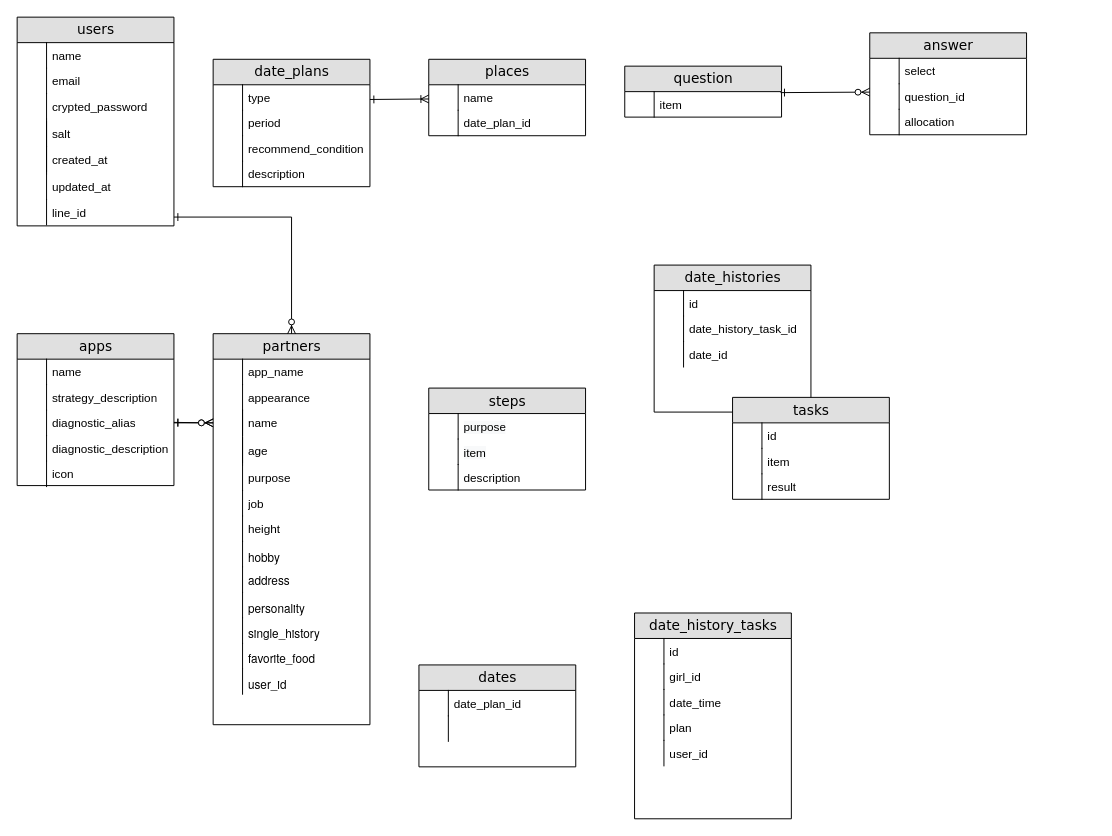
Earlier version of the draw.io diagram Untitled Diagram.drawio (kstar0102/ryuki0102). Source tidied: cells renumbered, new cells numbered last; positions are measured from the earlier drawing's top-left corner, leaving out a move shared by most shapes. Both pictures are drawn from the tidied source at 98%, with x=0, y=0 at pixel (17, 17).
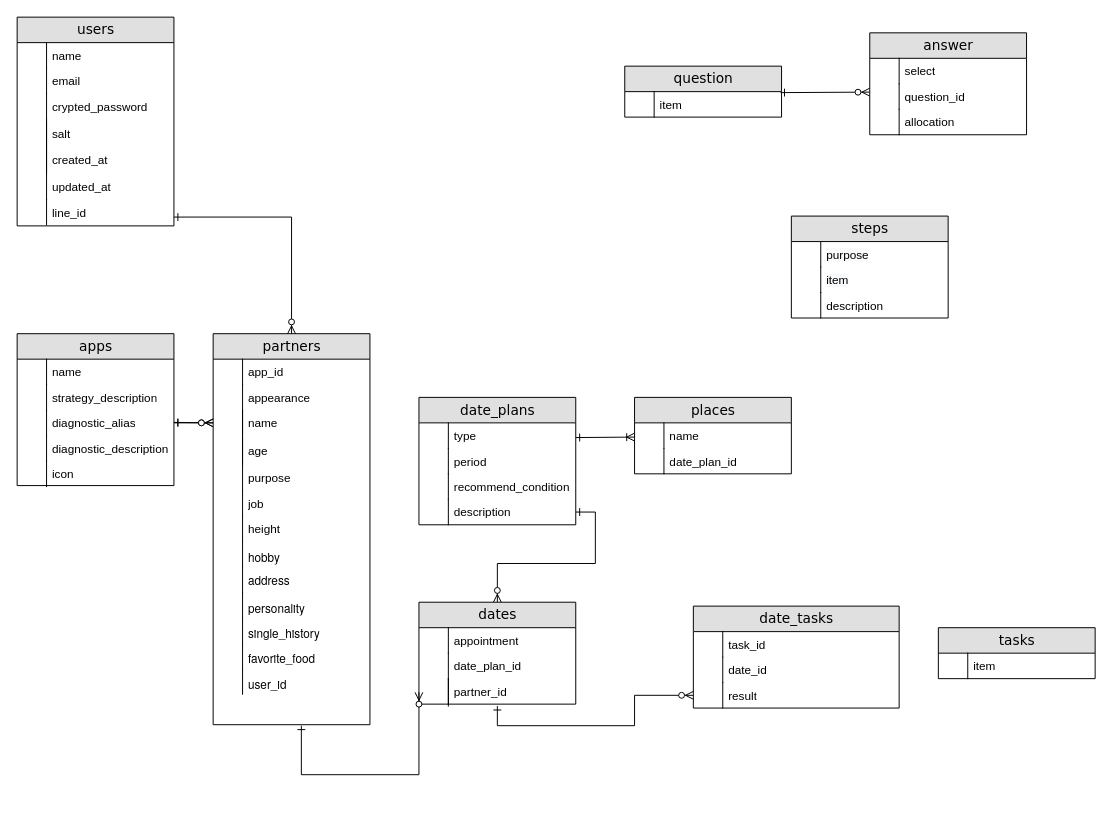
The same diagram, later.

Unchanged cells that the change refers to:
```xml
<mxCell id="19" value="partners" style="swimlane;html=1;fontStyle=0;horizontal=1;startSize=26;fillColor=#e0e0e0;swimlaneFillColor=#ffffff;align=center;rounded=0;shadow=0;comic=0;labelBackgroundColor=none;strokeWidth=1;fontFamily=Verdana;fontSize=14;" parent="1" vertex="1">
  <mxGeometry x="200" y="323" width="160" height="399" as="geometry" />
</mxCell>
```

Change to the diagram source:
```diff
@@
-    <mxCell id="20" value="app_name" style="shape=partialRectangle;top=0;left=0;right=0;bottom=0;html=1;align=left;verticalAlign=top;fillColor=none;spacingLeft=34;spacingRight=4;whiteSpace=wrap;overflow=hidden;" parent="19" vertex="1">
+    <mxCell id="20" value="app_id" style="shape=partialRectangle;top=0;left=0;right=0;bottom=0;html=1;align=left;verticalAlign=top;fillColor=none;spacingLeft=34;spacingRight=4;whiteSpace=wrap;overflow=hidden;" parent="19" vertex="1">
       <mxGeometry y="26" width="160" height="26" as="geometry" />
     </mxCell>
@@
-    <mxCell id="48" value="date_histories" style="swimlane;html=1;fontStyle=0;horizontal=1;startSize=26;fillColor=#e0e0e0;swimlaneFillColor=#ffffff;align=center;rounded=0;shadow=0;comic=0;labelBackgroundColor=none;strokeWidth=1;fontFamily=Verdana;fontSize=14;" parent="1" vertex="1">
-      <mxGeometry x="650" y="253" width="160" height="150" as="geometry" />
-    </mxCell>
-    <mxCell id="49" value="id" style="shape=partialRectangle;top=0;left=0;right=0;bottom=0;html=1;align=left;verticalAlign=top;fillColor=none;spacingLeft=34;spacingRight=4;whiteSpace=wrap;overflow=hidden;" parent="48" vertex="1">
-      <mxGeometry y="26" width="160" height="26" as="geometry" />
-    </mxCell>
-    <mxCell id="50" style="shape=partialRectangle;top=0;left=0;bottom=0;html=1;fillColor=none;align=left;verticalAlign=top;spacingLeft=4;spacingRight=4;whiteSpace=wrap;overflow=hidden;" parent="49" vertex="1">
-      <mxGeometry width="30" height="26" as="geometry" />
-    </mxCell>
-    <mxCell id="51" value="date_history_task_id" style="shape=partialRectangle;top=0;left=0;right=0;bottom=0;html=1;align=left;verticalAlign=top;fillColor=none;spacingLeft=34;spacingRight=4;whiteSpace=wrap;overflow=hidden;" parent="48" vertex="1">
-      <mxGeometry y="52" width="160" height="26" as="geometry" />
-    </mxCell>
-    <mxCell id="52" style="shape=partialRectangle;top=0;left=0;bottom=0;html=1;fillColor=none;align=left;verticalAlign=top;spacingLeft=4;spacingRight=4;whiteSpace=wrap;overflow=hidden;" parent="51" vertex="1">
-      <mxGeometry width="30" height="26" as="geometry" />
-    </mxCell>
+    <mxCell id="55" value="date_tasks" style="swimlane;html=1;fontStyle=0;horizontal=1;startSize=26;fillColor=#e0e0e0;swimlaneFillColor=#ffffff;align=center;rounded=0;shadow=0;comic=0;labelBackgroundColor=none;strokeWidth=1;fontFamily=Verdana;fontSize=14;" parent="1" vertex="1">
+      <mxGeometry x="690" y="601" width="210" height="104" as="geometry" />
+    </mxCell>
+    <mxCell id="60" value="task_id" style="shape=partialRectangle;top=0;left=0;right=0;bottom=0;html=1;align=left;verticalAlign=top;fillColor=none;spacingLeft=34;spacingRight=4;whiteSpace=wrap;overflow=hidden;" parent="55" vertex="1">
+      <mxGeometry y="26" width="210" height="26" as="geometry" />
+    </mxCell>
+    <mxCell id="61" style="shape=partialRectangle;top=0;left=0;bottom=0;html=1;fillColor=none;align=left;verticalAlign=top;spacingLeft=4;spacingRight=4;whiteSpace=wrap;overflow=hidden;" parent="60" vertex="1">
+      <mxGeometry width="30" height="26" as="geometry" />
+    </mxCell>
-    <mxCell id="53" value="date_id" style="shape=partialRectangle;top=0;left=0;right=0;bottom=0;html=1;align=left;verticalAlign=top;fillColor=none;spacingLeft=34;spacingRight=4;whiteSpace=wrap;overflow=hidden;" parent="48" vertex="1">
-      <mxGeometry y="78" width="160" height="26" as="geometry" />
+    <mxCell id="53" value="date_id" style="shape=partialRectangle;top=0;left=0;right=0;bottom=0;html=1;align=left;verticalAlign=top;fillColor=none;spacingLeft=34;spacingRight=4;whiteSpace=wrap;overflow=hidden;" parent="55" vertex="1">
+      <mxGeometry y="52" width="210" height="26" as="geometry" />
     </mxCell>
-    <mxCell id="54" style="shape=partialRectangle;top=0;left=0;bottom=0;html=1;fillColor=none;align=left;verticalAlign=top;spacingLeft=4;spacingRight=4;whiteSpace=wrap;overflow=hidden;" parent="53" vertex="1">
-      <mxGeometry width="30" height="26" as="geometry" />
-    </mxCell>
-    <mxCell id="55" value="tasks" style="swimlane;html=1;fontStyle=0;horizontal=1;startSize=26;fillColor=#e0e0e0;swimlaneFillColor=#ffffff;align=center;rounded=0;shadow=0;comic=0;labelBackgroundColor=none;strokeWidth=1;fontFamily=Verdana;fontSize=14;" parent="1" vertex="1">
-      <mxGeometry x="730" y="388" width="160" height="104" as="geometry" />
-    </mxCell>
-    <mxCell id="56" value="id" style="shape=partialRectangle;top=0;left=0;right=0;bottom=0;html=1;align=left;verticalAlign=top;fillColor=none;spacingLeft=34;spacingRight=4;whiteSpace=wrap;overflow=hidden;" parent="55" vertex="1">
-      <mxGeometry y="26" width="160" height="26" as="geometry" />
-    </mxCell>
-    <mxCell id="57" style="shape=partialRectangle;top=0;left=0;bottom=0;html=1;fillColor=none;align=left;verticalAlign=top;spacingLeft=4;spacingRight=4;whiteSpace=wrap;overflow=hidden;" parent="56" vertex="1">
-      <mxGeometry width="30" height="26" as="geometry" />
-    </mxCell>
+    <mxCell id="125" style="shape=partialRectangle;top=0;left=0;bottom=0;html=1;fillColor=none;align=left;verticalAlign=top;spacingLeft=4;spacingRight=4;whiteSpace=wrap;overflow=hidden;" parent="53" vertex="1">
+      <mxGeometry width="30" height="26" as="geometry" />
+    </mxCell>
-    <mxCell id="58" value="item" style="shape=partialRectangle;top=0;left=0;right=0;bottom=0;html=1;align=left;verticalAlign=top;fillColor=none;spacingLeft=34;spacingRight=4;whiteSpace=wrap;overflow=hidden;points=[[0,0.5],[1,0.5]];portConstraint=eastwest;" parent="55" vertex="1">
-      <mxGeometry y="52" width="160" height="26" as="geometry" />
+    <mxCell id="58" value="result" style="shape=partialRectangle;top=0;left=0;right=0;bottom=0;html=1;align=left;verticalAlign=top;fillColor=none;spacingLeft=34;spacingRight=4;whiteSpace=wrap;overflow=hidden;points=[[0,0.5],[1,0.5]];portConstraint=eastwest;" parent="55" vertex="1">
+      <mxGeometry y="78" width="210" height="26" as="geometry" />
     </mxCell>
@@
-    <mxCell id="60" value="result" style="shape=partialRectangle;top=0;left=0;right=0;bottom=0;html=1;align=left;verticalAlign=top;fillColor=none;spacingLeft=34;spacingRight=4;whiteSpace=wrap;overflow=hidden;" parent="55" vertex="1">
-      <mxGeometry y="78" width="160" height="26" as="geometry" />
-    </mxCell>
-    <mxCell id="61" style="shape=partialRectangle;top=0;left=0;bottom=0;html=1;fillColor=none;align=left;verticalAlign=top;spacingLeft=4;spacingRight=4;whiteSpace=wrap;overflow=hidden;" parent="60" vertex="1">
-      <mxGeometry width="30" height="26" as="geometry" />
-    </mxCell>
-    <mxCell id="62" value="date_history_tasks" style="swimlane;html=1;fontStyle=0;horizontal=1;startSize=26;fillColor=#e0e0e0;swimlaneFillColor=#ffffff;align=center;rounded=0;shadow=0;comic=0;labelBackgroundColor=none;strokeWidth=1;fontFamily=Verdana;fontSize=14;" parent="1" vertex="1">
-      <mxGeometry x="630" y="608" width="160" height="210" as="geometry" />
-    </mxCell>
-    <mxCell id="63" value="id" style="shape=partialRectangle;top=0;left=0;right=0;bottom=0;html=1;align=left;verticalAlign=top;fillColor=none;spacingLeft=34;spacingRight=4;whiteSpace=wrap;overflow=hidden;" parent="62" vertex="1">
-      <mxGeometry y="26" width="160" height="26" as="geometry" />
-    </mxCell>
-    <mxCell id="64" style="shape=partialRectangle;top=0;left=0;bottom=0;html=1;fillColor=none;align=left;verticalAlign=top;spacingLeft=4;spacingRight=4;whiteSpace=wrap;overflow=hidden;" parent="63" vertex="1">
-      <mxGeometry width="30" height="26" as="geometry" />
-    </mxCell>
-    <mxCell id="65" value="girl_id" style="shape=partialRectangle;top=0;left=0;right=0;bottom=0;html=1;align=left;verticalAlign=top;fillColor=none;spacingLeft=34;spacingRight=4;whiteSpace=wrap;overflow=hidden;" parent="62" vertex="1">
-      <mxGeometry y="52" width="160" height="26" as="geometry" />
-    </mxCell>
-    <mxCell id="66" style="shape=partialRectangle;top=0;left=0;bottom=0;html=1;fillColor=none;align=left;verticalAlign=top;spacingLeft=4;spacingRight=4;whiteSpace=wrap;overflow=hidden;" parent="65" vertex="1">
-      <mxGeometry width="30" height="26" as="geometry" />
-    </mxCell>
-    <mxCell id="67" value="date_time" style="shape=partialRectangle;top=0;left=0;right=0;bottom=0;html=1;align=left;verticalAlign=top;fillColor=none;spacingLeft=34;spacingRight=4;whiteSpace=wrap;overflow=hidden;" parent="62" vertex="1">
-      <mxGeometry y="78" width="160" height="26" as="geometry" />
-    </mxCell>
-    <mxCell id="68" style="shape=partialRectangle;top=0;left=0;bottom=0;html=1;fillColor=none;align=left;verticalAlign=top;spacingLeft=4;spacingRight=4;whiteSpace=wrap;overflow=hidden;" parent="67" vertex="1">
-      <mxGeometry width="30" height="26" as="geometry" />
-    </mxCell>
-    <mxCell id="69" value="plan" style="shape=partialRectangle;top=0;left=0;right=0;bottom=0;html=1;align=left;verticalAlign=top;fillColor=none;spacingLeft=34;spacingRight=4;whiteSpace=wrap;overflow=hidden;" parent="62" vertex="1">
-      <mxGeometry y="104" width="160" height="26" as="geometry" />
-    </mxCell>
-    <mxCell id="70" style="shape=partialRectangle;top=0;left=0;bottom=0;html=1;fillColor=none;align=left;verticalAlign=top;spacingLeft=4;spacingRight=4;whiteSpace=wrap;overflow=hidden;" parent="69" vertex="1">
-      <mxGeometry width="30" height="26" as="geometry" />
-    </mxCell>
-    <mxCell id="71" value="user_id" style="shape=partialRectangle;top=0;left=0;right=0;bottom=0;html=1;align=left;verticalAlign=top;fillColor=none;spacingLeft=34;spacingRight=4;whiteSpace=wrap;overflow=hidden;" parent="62" vertex="1">
-      <mxGeometry y="130" width="160" height="26" as="geometry" />
-    </mxCell>
-    <mxCell id="72" style="shape=partialRectangle;top=0;left=0;bottom=0;html=1;fillColor=none;align=left;verticalAlign=top;spacingLeft=4;spacingRight=4;whiteSpace=wrap;overflow=hidden;" parent="71" vertex="1">
-      <mxGeometry width="30" height="26" as="geometry" />
-    </mxCell>
+    <mxCell id="126" style="edgeStyle=orthogonalEdgeStyle;rounded=0;jettySize=auto;html=1;exitX=0.5;exitY=0;exitDx=0;exitDy=0;startArrow=ERzeroToMany;startFill=1;endArrow=ERone;endFill=0;entryX=1;entryY=0.5;entryDx=0;entryDy=0;" parent="1" edge="1" source="73" target="120">
+      <mxGeometry relative="1" as="geometry" />
+    </mxCell>
     <mxCell id="73" value="dates" style="swimlane;html=1;fontStyle=0;horizontal=1;startSize=26;fillColor=#e0e0e0;swimlaneFillColor=#ffffff;align=center;rounded=0;shadow=0;comic=0;labelBackgroundColor=none;strokeWidth=1;fontFamily=Verdana;fontSize=14;" parent="1" vertex="1">
-      <mxGeometry x="410" y="661" width="160" height="104" as="geometry" />
+      <mxGeometry x="410" y="597" width="160" height="104" as="geometry" />
     </mxCell>
-    <mxCell id="74" value="date_plan_id" style="shape=partialRectangle;top=0;left=0;right=0;bottom=0;html=1;align=left;verticalAlign=top;fillColor=none;spacingLeft=34;spacingRight=4;whiteSpace=wrap;overflow=hidden;" parent="73" vertex="1">
+    <mxCell id="74" value="appointment" style="shape=partialRectangle;top=0;left=0;right=0;bottom=0;html=1;align=left;verticalAlign=top;fillColor=none;spacingLeft=34;spacingRight=4;whiteSpace=wrap;overflow=hidden;" parent="73" vertex="1">
       <mxGeometry y="26" width="160" height="26" as="geometry" />
     </mxCell>
@@
+    <mxCell id="127" value="date_plan_id" style="shape=partialRectangle;top=0;left=0;right=0;bottom=0;html=1;align=left;verticalAlign=top;fillColor=none;spacingLeft=34;spacingRight=4;whiteSpace=wrap;overflow=hidden;" parent="73" vertex="1">
+      <mxGeometry y="52" width="160" height="26" as="geometry" />
+    </mxCell>
+    <mxCell id="128" style="shape=partialRectangle;top=0;left=0;bottom=0;html=1;fillColor=none;align=left;verticalAlign=top;spacingLeft=4;spacingRight=4;whiteSpace=wrap;overflow=hidden;" parent="127" vertex="1">
+      <mxGeometry width="30" height="26" as="geometry" />
+    </mxCell>
     <mxCell id="76" style="shape=partialRectangle;top=0;left=0;right=0;bottom=0;html=1;align=left;verticalAlign=top;fillColor=none;spacingLeft=34;spacingRight=4;whiteSpace=wrap;overflow=hidden;" parent="73" vertex="1">
-      <mxGeometry y="52" width="160" height="26" as="geometry" />
+      <mxGeometry y="78" width="160" height="26" as="geometry" />
     </mxCell>
@@
     <mxCell id="78" value="date_plans" style="swimlane;html=1;fontStyle=0;horizontal=1;startSize=26;fillColor=#e0e0e0;swimlaneFillColor=#ffffff;align=center;rounded=0;shadow=0;comic=0;labelBackgroundColor=none;strokeWidth=1;fontFamily=Verdana;fontSize=14;" parent="1" vertex="1">
-      <mxGeometry x="200" y="43" width="160" height="130" as="geometry" />
+      <mxGeometry x="410" y="388" width="160" height="130" as="geometry" />
     </mxCell>
@@
     <mxCell id="94" value="steps" style="swimlane;html=1;fontStyle=0;horizontal=1;startSize=26;fillColor=#e0e0e0;swimlaneFillColor=#ffffff;align=center;rounded=0;shadow=0;comic=0;labelBackgroundColor=none;strokeWidth=1;fontFamily=Verdana;fontSize=14;" parent="1" vertex="1">
-      <mxGeometry x="420" y="378.5" width="160" height="104" as="geometry" />
+      <mxGeometry x="790" y="203" width="160" height="104" as="geometry" />
     </mxCell>
@@
     <mxCell id="112" value="places" style="swimlane;html=1;fontStyle=0;horizontal=1;startSize=26;fillColor=#e0e0e0;swimlaneFillColor=#ffffff;align=center;rounded=0;shadow=0;comic=0;labelBackgroundColor=none;strokeWidth=1;fontFamily=Verdana;fontSize=14;" parent="1" vertex="1">
-      <mxGeometry x="420" y="43" width="160" height="78" as="geometry" />
+      <mxGeometry x="630" y="388" width="160" height="78" as="geometry" />
     </mxCell>
@@
     <mxCell id="117" style="endArrow=ERoneToMany;html=1;rounded=0;startArrow=ERone;startFill=0;endFill=0;entryX=0;entryY=1;entryDx=0;entryDy=0;entryPerimeter=0;" parent="1" edge="1">
       <mxGeometry relative="1" as="geometry">
-        <mxPoint x="360" y="84" as="sourcePoint" />
-        <mxPoint x="420" y="83.5" as="targetPoint" />
+        <mxPoint x="570" y="429" as="sourcePoint" />
+        <mxPoint x="630" y="428.5" as="targetPoint" />
       </mxGeometry>
     </mxCell>
     <mxCell id="118" value="recommend_condition" style="shape=partialRectangle;top=0;left=0;right=0;bottom=0;html=1;align=left;verticalAlign=top;fillColor=none;spacingLeft=34;spacingRight=4;whiteSpace=wrap;overflow=hidden;" parent="1" vertex="1">
-      <mxGeometry x="200" y="121" width="160" height="26" as="geometry" />
+      <mxGeometry x="410" y="466" width="160" height="26" as="geometry" />
     </mxCell>
@@
     <mxCell id="120" value="description" style="shape=partialRectangle;top=0;left=0;right=0;bottom=0;html=1;align=left;verticalAlign=top;fillColor=none;spacingLeft=34;spacingRight=4;whiteSpace=wrap;overflow=hidden;points=[[0,0.5],[1,0.5]];portConstraint=eastwest;" parent="1" vertex="1">
-      <mxGeometry x="200" y="147" width="160" height="26" as="geometry" />
+      <mxGeometry x="410" y="492" width="160" height="26" as="geometry" />
     </mxCell>
@@
+    <mxCell id="129" style="edgeStyle=orthogonalEdgeStyle;rounded=0;jettySize=auto;html=1;exitX=0;exitY=0.5;exitDx=0;exitDy=0;startArrow=ERzeroToMany;startFill=1;endArrow=ERone;endFill=0;" parent="1" edge="1" source="130">
+      <mxGeometry relative="1" as="geometry">
+        <mxPoint x="290" y="723" as="targetPoint" />
+        <Array as="points">
+          <mxPoint x="410" y="773" />
+          <mxPoint x="290" y="773" />
+        </Array>
+      </mxGeometry>
+    </mxCell>
+    <mxCell id="130" value="partner_id" style="shape=partialRectangle;top=0;left=0;right=0;bottom=0;html=1;align=left;verticalAlign=top;fillColor=none;spacingLeft=34;spacingRight=4;whiteSpace=wrap;overflow=hidden;points=[[0,0.5],[1,0.5]];portConstraint=eastwest;" parent="1" vertex="1">
+      <mxGeometry x="410" y="675" width="160" height="28" as="geometry" />
+    </mxCell>
+    <mxCell id="131" style="shape=partialRectangle;top=0;left=0;bottom=0;html=1;fillColor=none;align=left;verticalAlign=top;spacingLeft=4;spacingRight=4;whiteSpace=wrap;overflow=hidden;" parent="130" vertex="1">
+      <mxGeometry width="30" height="28" as="geometry" />
+    </mxCell>
+    <mxCell id="132" style="edgeStyle=orthogonalEdgeStyle;rounded=0;jettySize=auto;html=1;exitX=0;exitY=0.5;exitDx=0;exitDy=0;entryX=0.5;entryY=1;entryDx=0;entryDy=0;entryPerimeter=0;startArrow=ERzeroToMany;startFill=1;endArrow=ERone;endFill=0;" parent="1" edge="1" source="58" target="130">
+      <mxGeometry relative="1" as="geometry" />
+    </mxCell>
+    <mxCell id="133" value="tasks" style="swimlane;html=1;fontStyle=0;horizontal=1;startSize=26;fillColor=#e0e0e0;swimlaneFillColor=#ffffff;align=center;rounded=0;shadow=0;comic=0;labelBackgroundColor=none;strokeWidth=1;fontFamily=Verdana;fontSize=14;" parent="1" vertex="1">
+      <mxGeometry x="940" y="623" width="160" height="52" as="geometry" />
+    </mxCell>
+    <mxCell id="134" value="item" style="shape=partialRectangle;top=0;left=0;right=0;bottom=0;html=1;align=left;verticalAlign=top;fillColor=none;spacingLeft=34;spacingRight=4;whiteSpace=wrap;overflow=hidden;" parent="133" vertex="1">
+      <mxGeometry y="26" width="160" height="26" as="geometry" />
+    </mxCell>
+    <mxCell id="135" style="shape=partialRectangle;top=0;left=0;bottom=0;html=1;fillColor=none;align=left;verticalAlign=top;spacingLeft=4;spacingRight=4;whiteSpace=wrap;overflow=hidden;" parent="134" vertex="1">
+      <mxGeometry width="30" height="26" as="geometry" />
+    </mxCell>
```
